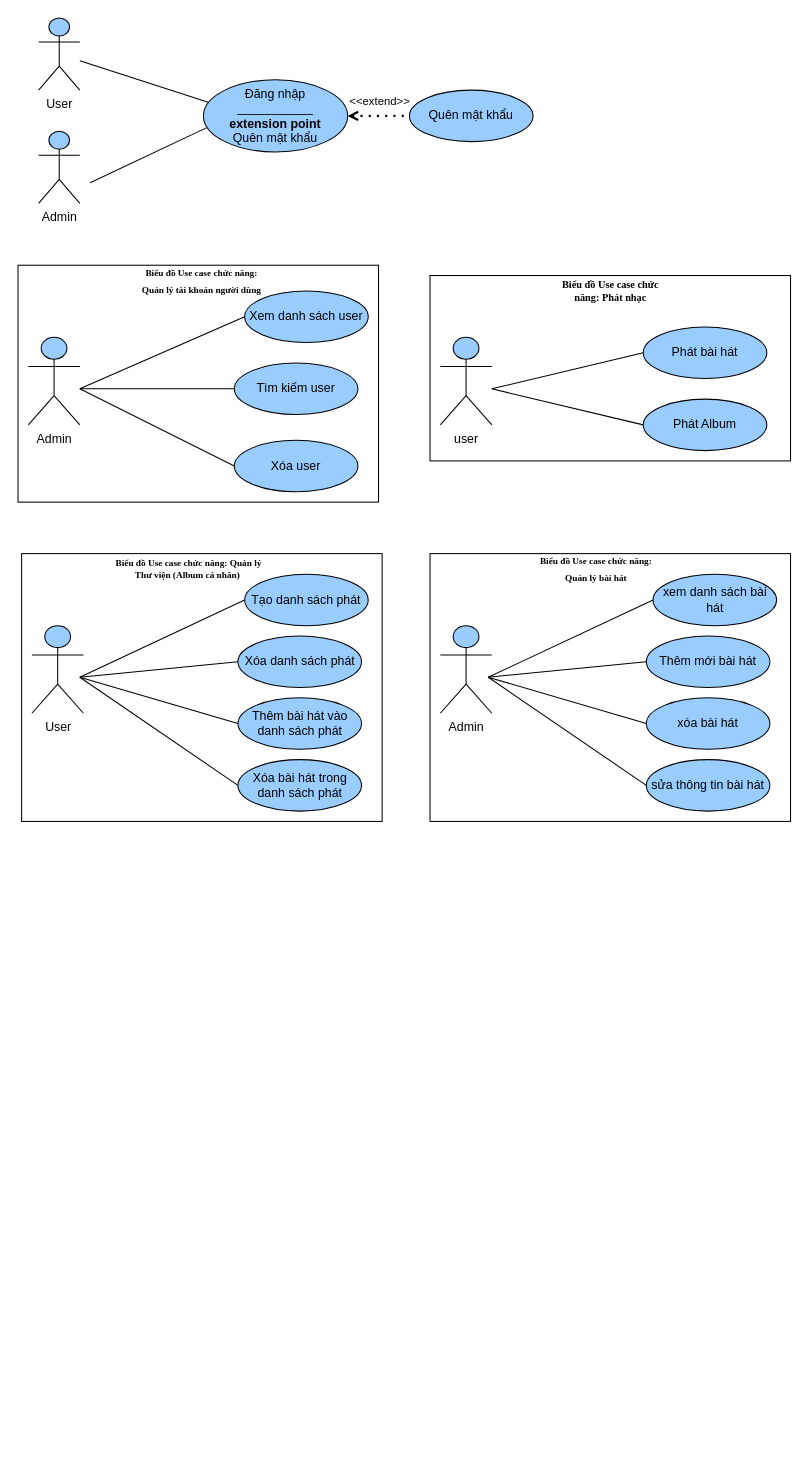
Above: page "use case đăng ký" (10 of 34) of Biểu đồ không có tiêu đề.drawio in anhduy7723/api_auth (draw.io), before the change. Source tidied: cells renumbered, new cells numbered last; positions are measured from the earlier drawing's top-left corner, leaving out a move shared by most shapes. Both pictures are drawn from the tidied source at 103%, with x=0, y=0 at pixel (18, 18).
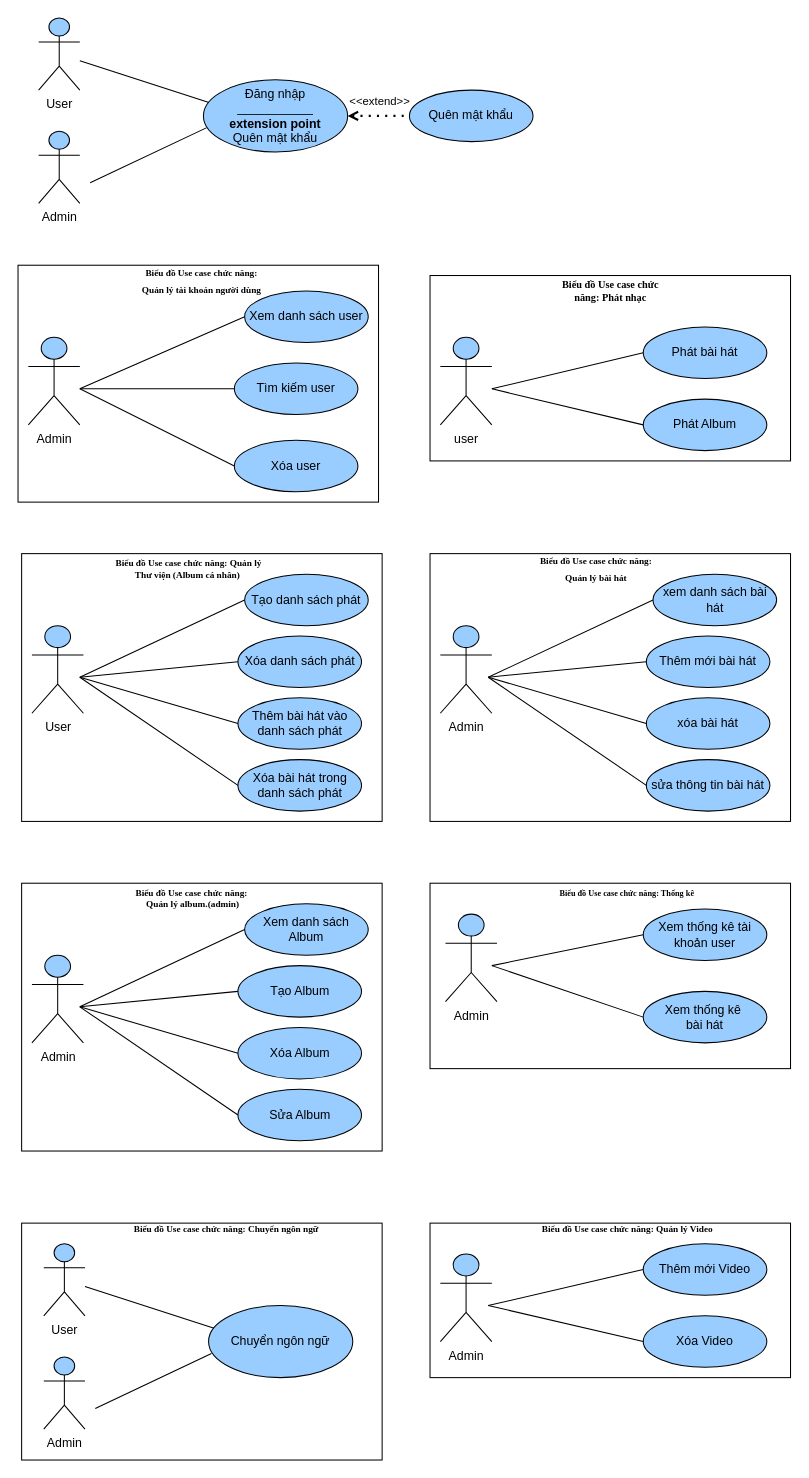
The same page after the edit.

The edit, as a diff of the source:
```diff
@@
+    <mxCell id="48" style="whiteSpace=wrap;html=1;" parent="1" vertex="1">
+      <mxGeometry x="3.5" y="840" width="350" height="260" as="geometry" />
+    </mxCell>
+    <mxCell id="49" value="Admin" style="shape=umlActor;verticalLabelPosition=bottom;verticalAlign=top;html=1;fillColor=#99CCFF;" parent="1" vertex="1">
+      <mxGeometry x="13.5" y="910" width="50" height="85" as="geometry" />
+    </mxCell>
+    <mxCell id="50" value="Xem danh sách Album" style="ellipse;whiteSpace=wrap;html=1;fillColor=#99CCFF;" parent="1" vertex="1">
+      <mxGeometry x="220" y="860" width="120" height="50" as="geometry" />
+    </mxCell>
+    <mxCell id="51" value="Tạo Album" style="ellipse;whiteSpace=wrap;html=1;fillColor=#99CCFF;" parent="1" vertex="1">
+      <mxGeometry x="213.5" y="920" width="120" height="50" as="geometry" />
+    </mxCell>
+    <mxCell id="52" value="Xóa Album" style="ellipse;whiteSpace=wrap;html=1;fillColor=#99CCFF;" parent="1" vertex="1">
+      <mxGeometry x="213.5" y="980" width="120" height="50" as="geometry" />
+    </mxCell>
+    <mxCell id="53" style="edgeStyle=none;rounded=0;jettySize=auto;html=1;entryX=0;entryY=0.5;entryDx=0;entryDy=0;endArrow=none;endFill=0;" parent="1" edge="1" target="50">
+      <mxGeometry relative="1" as="geometry">
+        <mxPoint x="60" y="960" as="sourcePoint" />
+      </mxGeometry>
+    </mxCell>
+    <mxCell id="54" style="edgeStyle=none;rounded=0;jettySize=auto;html=1;entryX=0;entryY=0.5;entryDx=0;entryDy=0;endArrow=none;endFill=0;" parent="1" edge="1" target="51">
+      <mxGeometry relative="1" as="geometry">
+        <mxPoint x="60" y="960" as="sourcePoint" />
+      </mxGeometry>
+    </mxCell>
+    <mxCell id="55" style="edgeStyle=none;rounded=0;jettySize=auto;html=1;entryX=0;entryY=0.5;entryDx=0;entryDy=0;endArrow=none;endFill=0;" parent="1" edge="1" target="52">
+      <mxGeometry relative="1" as="geometry">
+        <mxPoint x="60" y="960" as="sourcePoint" />
+      </mxGeometry>
+    </mxCell>
+    <mxCell id="56" value="Sửa A&lt;span style=&quot;background-color: initial;&quot;&gt;lbum&lt;/span&gt;" style="ellipse;whiteSpace=wrap;html=1;fillColor=#99CCFF;" parent="1" vertex="1">
+      <mxGeometry x="213.5" y="1040" width="120" height="50" as="geometry" />
+    </mxCell>
+    <mxCell id="57" style="edgeStyle=none;rounded=0;jettySize=auto;html=1;entryX=0;entryY=0.5;entryDx=0;entryDy=0;endArrow=none;endFill=0;" parent="1" edge="1" target="56">
+      <mxGeometry relative="1" as="geometry">
+        <mxPoint x="60" y="960" as="sourcePoint" />
+      </mxGeometry>
+    </mxCell>
+    <mxCell id="58" value="&lt;font style=&quot;font-size: 9px;&quot;&gt;&lt;span style=&quot;line-height: 120%; font-family: &amp;quot;Times New Roman&amp;quot;, serif; font-size: 9px;&quot; lang=&quot;EN-US&quot;&gt;Biểu đồ Use case chức năng:&amp;nbsp;&lt;/span&gt;&lt;/font&gt;&lt;div style=&quot;font-size: 9px;&quot;&gt;&lt;font style=&quot;font-size: 9px;&quot;&gt;&lt;span style=&quot;line-height: 120%; font-family: &amp;quot;Times New Roman&amp;quot;, serif; font-size: 9px;&quot; lang=&quot;EN-US&quot;&gt;Quản lý album.&lt;/span&gt;&lt;span style=&quot;line-height: 120%; font-family: &amp;quot;Times New Roman&amp;quot;, serif; font-size: 9px;&quot;&gt;(admin)&lt;/span&gt;&lt;/font&gt;&lt;/div&gt;" style="text;html=1;align=center;verticalAlign=middle;whiteSpace=wrap;rounded=0;fontStyle=1;fontSize=9;" parent="1" vertex="1">
+      <mxGeometry x="100.2" y="840" width="139.8" height="30" as="geometry" />
+    </mxCell>
+    <mxCell id="59" style="whiteSpace=wrap;html=1;" parent="1" vertex="1">
+      <mxGeometry x="400" y="840" width="350" height="180" as="geometry" />
+    </mxCell>
+    <mxCell id="60" value="Admin" style="shape=umlActor;verticalLabelPosition=bottom;verticalAlign=top;html=1;fillColor=#99CCFF;" parent="1" vertex="1">
+      <mxGeometry x="415" y="870" width="50" height="85" as="geometry" />
+    </mxCell>
+    <mxCell id="61" value="Xem thống kê tài khoản user" style="ellipse;whiteSpace=wrap;html=1;fillColor=#99CCFF;" parent="1" vertex="1">
+      <mxGeometry x="607" y="865" width="120" height="50" as="geometry" />
+    </mxCell>
+    <mxCell id="62" value="Xem thống kê&amp;nbsp;&lt;div&gt;bài hát&lt;/div&gt;" style="ellipse;whiteSpace=wrap;html=1;fillColor=#99CCFF;" parent="1" vertex="1">
+      <mxGeometry x="607" y="945" width="120" height="50" as="geometry" />
+    </mxCell>
+    <mxCell id="63" style="edgeStyle=none;rounded=0;jettySize=auto;html=1;entryX=0;entryY=0.5;entryDx=0;entryDy=0;endArrow=none;endFill=0;" parent="1" edge="1" target="61">
+      <mxGeometry relative="1" as="geometry">
+        <mxPoint x="460" y="920" as="sourcePoint" />
+      </mxGeometry>
+    </mxCell>
+    <mxCell id="64" value="&lt;p style=&quot;line-height: 100%; font-size: 8px;&quot;&gt;&lt;span lang=&quot;EN-US&quot; style=&quot;font-family: &amp;quot;Times New Roman&amp;quot;, serif; font-size: 8px;&quot;&gt;Biểu đồ Use case chức năng: Thống kê&lt;/span&gt;&lt;br style=&quot;font-size: 8px;&quot;&gt;&lt;/p&gt;" style="text;html=1;align=center;verticalAlign=middle;whiteSpace=wrap;rounded=0;fontSize=8;fontStyle=1;" parent="1" vertex="1">
+      <mxGeometry x="510" y="835" width="163" height="30" as="geometry" />
+    </mxCell>
+    <mxCell id="65" style="edgeStyle=none;rounded=0;jettySize=auto;html=1;endArrow=none;endFill=0;exitX=0;exitY=0.5;exitDx=0;exitDy=0;" parent="1" edge="1" source="62">
+      <mxGeometry relative="1" as="geometry">
+        <mxPoint x="460" y="920" as="targetPoint" />
+      </mxGeometry>
+    </mxCell>
+    <mxCell id="66" style="whiteSpace=wrap;html=1;" parent="1" vertex="1">
+      <mxGeometry x="400" y="1170" width="350" height="150" as="geometry" />
+    </mxCell>
+    <mxCell id="67" value="Admin" style="shape=umlActor;verticalLabelPosition=bottom;verticalAlign=top;html=1;fillColor=#99CCFF;" parent="1" vertex="1">
+      <mxGeometry x="410" y="1200" width="50" height="85" as="geometry" />
+    </mxCell>
+    <mxCell id="68" value="Thêm mới Video" style="ellipse;whiteSpace=wrap;html=1;fillColor=#99CCFF;" parent="1" vertex="1">
+      <mxGeometry x="607" y="1190" width="120" height="50" as="geometry" />
+    </mxCell>
+    <mxCell id="69" value="Xóa Video" style="ellipse;whiteSpace=wrap;html=1;fillColor=#99CCFF;" parent="1" vertex="1">
+      <mxGeometry x="607" y="1260" width="120" height="50" as="geometry" />
+    </mxCell>
+    <mxCell id="70" style="edgeStyle=none;rounded=0;jettySize=auto;html=1;entryX=0;entryY=0.5;entryDx=0;entryDy=0;endArrow=none;endFill=0;" parent="1" edge="1" target="68">
+      <mxGeometry relative="1" as="geometry">
+        <mxPoint x="456.5" y="1250" as="sourcePoint" />
+      </mxGeometry>
+    </mxCell>
+    <mxCell id="71" style="edgeStyle=none;rounded=0;jettySize=auto;html=1;entryX=0;entryY=0.5;entryDx=0;entryDy=0;endArrow=none;endFill=0;" parent="1" edge="1" target="69">
+      <mxGeometry relative="1" as="geometry">
+        <mxPoint x="456.5" y="1250" as="sourcePoint" />
+      </mxGeometry>
+    </mxCell>
+    <mxCell id="72" value="&lt;p style=&quot;line-height: 100%;&quot;&gt;&lt;span style=&quot;line-height: 120%; font-family: &amp;quot;Times New Roman&amp;quot;, serif;&quot; lang=&quot;EN-US&quot;&gt;&lt;b style=&quot;font-size: 9px;&quot;&gt;&lt;font style=&quot;font-size: 9px;&quot;&gt;Biểu đồ Use case chức năng: Quản lý Video&lt;/font&gt;&lt;/b&gt;&lt;/span&gt;&lt;br&gt;&lt;/p&gt;" style="text;html=1;align=center;verticalAlign=middle;whiteSpace=wrap;rounded=0;" parent="1" vertex="1">
+      <mxGeometry x="501.5" y="1160" width="180" height="30" as="geometry" />
+    </mxCell>
+    <mxCell id="73" style="whiteSpace=wrap;html=1;" parent="1" vertex="1">
+      <mxGeometry x="3.5" y="1170" width="350" height="230" as="geometry" />
+    </mxCell>
+    <mxCell id="74" value="&lt;p style=&quot;line-height: 100%;&quot;&gt;&lt;span style=&quot;line-height: 120%; font-family: &amp;quot;Times New Roman&amp;quot;, serif;&quot; lang=&quot;EN-US&quot;&gt;&lt;b style=&quot;font-size: 9px;&quot;&gt;&lt;font style=&quot;font-size: 9px;&quot;&gt;Biểu đồ Use case chức năng: Chuyển ngôn ngữ&lt;/font&gt;&lt;/b&gt;&lt;/span&gt;&lt;br&gt;&lt;/p&gt;" style="text;html=1;align=center;verticalAlign=middle;whiteSpace=wrap;rounded=0;" parent="1" vertex="1">
+      <mxGeometry x="105" y="1160" width="195" height="30" as="geometry" />
+    </mxCell>
+    <mxCell id="75" style="edgeStyle=none;rounded=0;jettySize=auto;html=1;entryX=0.049;entryY=0.323;entryDx=0;entryDy=0;endArrow=none;endFill=0;entryPerimeter=0;" parent="1" edge="1" source="76" target="77">
+      <mxGeometry relative="1" as="geometry" />
+    </mxCell>
+    <mxCell id="76" value="User" style="shape=umlActor;verticalLabelPosition=bottom;verticalAlign=top;html=1;outlineConnect=0;fillColor=#99CCFF;" parent="1" vertex="1">
+      <mxGeometry x="25" y="1190" width="40" height="70" as="geometry" />
+    </mxCell>
+    <mxCell id="77" value="Chuyển ngôn ngữ" style="ellipse;whiteSpace=wrap;html=1;fillColor=#99CCFF;" parent="1" vertex="1">
+      <mxGeometry x="185" y="1250" width="140" height="70" as="geometry" />
+    </mxCell>
+    <mxCell id="78" value="Admin" style="shape=umlActor;verticalLabelPosition=bottom;verticalAlign=top;html=1;fillColor=#99CCFF;" parent="1" vertex="1">
+      <mxGeometry x="25" y="1300" width="40" height="70" as="geometry" />
+    </mxCell>
+    <mxCell id="79" style="edgeStyle=none;rounded=0;jettySize=auto;html=1;entryX=0.02;entryY=0.666;entryDx=0;entryDy=0;endArrow=none;endFill=0;entryPerimeter=0;" parent="1" edge="1" target="77">
+      <mxGeometry relative="1" as="geometry">
+        <mxPoint x="75" y="1350" as="sourcePoint" />
+      </mxGeometry>
+    </mxCell>
```
